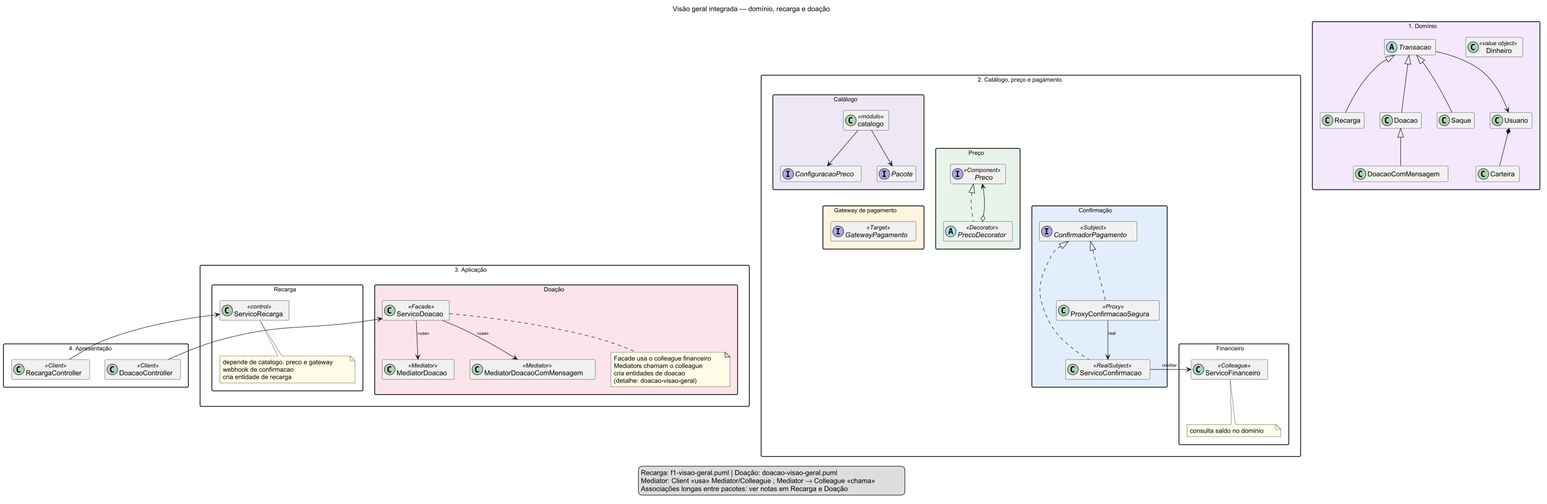
Before: docs/visao-geral-integrada.png, a diagram exported from PlantUML (UnBArqDsw2026-2-Turma01/2026.2-T01-_G6_ProjetoStreamingVideo_SubEquipe02_Codigo). Its source is kept beside it as docs/visao-geral-integrada.puml.
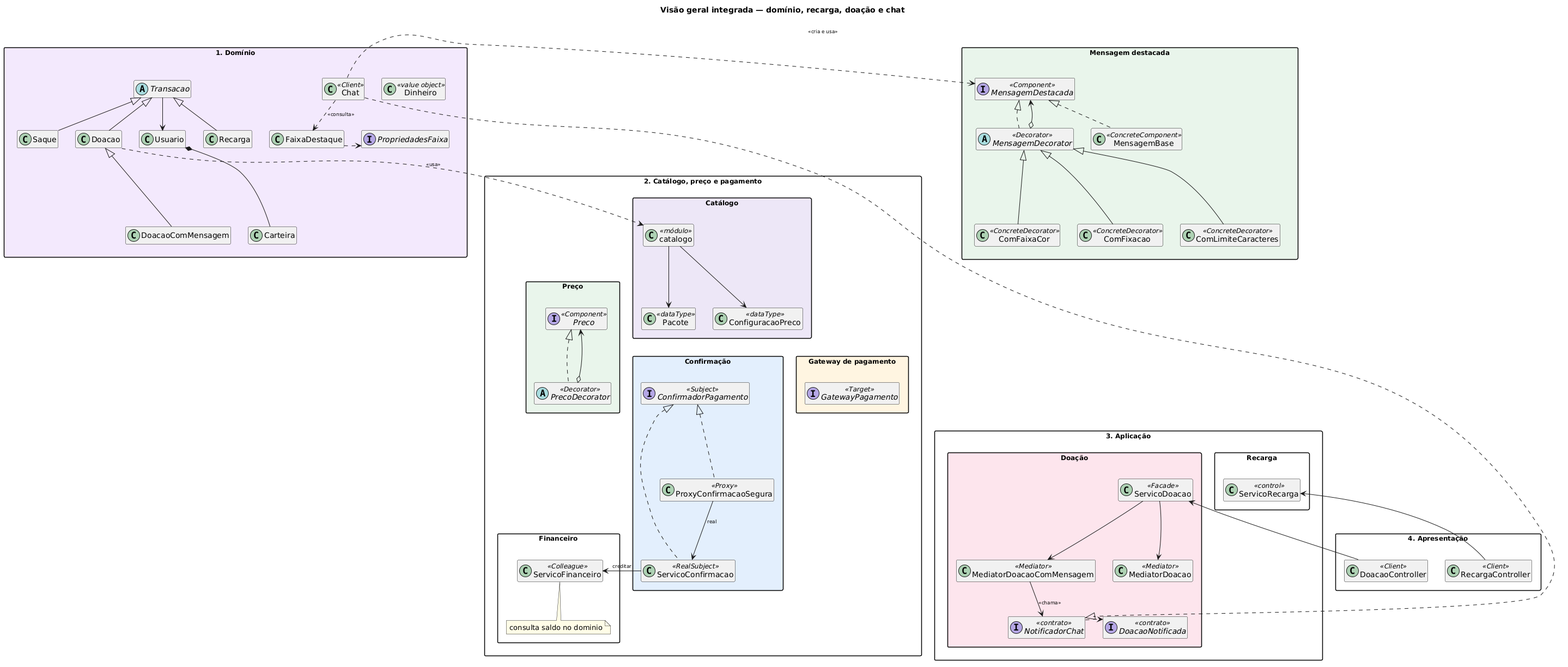
The same diagram one commit later.

Commit message:
docs(integrada): inclui Chat e Decorator na visao geral

The edit, as a diff of the source:
```diff
@@ -11,7 +11,7 @@
 top to bottom direction
 hide empty members
 
-title Visão geral integrada — domínio, recarga e doação
+title Visão geral integrada — domínio, recarga, doação e chat
 
 package "1. Domínio" as DOM #F3E8FC {
   abstract class Transacao
@@ -23,19 +23,48 @@
   class Carteira
   class Dinheiro <<value object>>
 
+  class Chat <<Client>>
+  class FaixaDestaque
+  interface PropriedadesFaixa
+
   Transacao <|-- Recarga
   Transacao <|-- Doacao
   Transacao <|-- Saque
   Doacao <|-- DoacaoComMensagem
   Transacao --> Usuario
   Usuario *-- Carteira
+
+  Transacao -[hidden]right- Chat
+  Chat ..> FaixaDestaque : <<consulta>>
+  FaixaDestaque ..> PropriedadesFaixa
+  FaixaDestaque -[hidden]right- PropriedadesFaixa
 }
+
+package "Mensagem destacada" as MSG #E8F4EA {
+  interface MensagemDestacada <<Component>>
+  class MensagemBase <<ConcreteComponent>>
+  abstract class MensagemDecorator <<Decorator>>
+  class ComFaixaCor <<ConcreteDecorator>>
+  class ComFixacao <<ConcreteDecorator>>
+  class ComLimiteCaracteres <<ConcreteDecorator>>
+
+  MensagemDestacada <|.. MensagemBase
+  MensagemDestacada <|.. MensagemDecorator
+  MensagemDecorator o--> MensagemDestacada
+  MensagemDecorator <|-- ComFaixaCor
+  MensagemDecorator <|-- ComFixacao
+  MensagemDecorator <|-- ComLimiteCaracteres
+}
+
+Chat ..> MensagemDestacada : <<cria e usa>>
+DOM -[hidden]right- MSG
+Chat -[hidden]right- MensagemDestacada
 
 package "2. Catálogo, preço e pagamento" as INT {
   package "Catálogo" as CAT #EDE7F6 {
     class catalogo <<módulo>>
-    interface Pacote
-    interface ConfiguracaoPreco
+    class Pacote <<dataType>>
+    class ConfiguracaoPreco <<dataType>>
     catalogo --> Pacote
     catalogo --> ConfiguracaoPreco
   }
@@ -75,30 +104,24 @@
 package "3. Aplicação" as APL {
   package "Recarga" as REC {
     class ServicoRecarga <<control>>
-    note bottom of ServicoRecarga
-      depende de catalogo, preco e gateway
-      webhook de confirmacao
-      cria entidade de recarga
-    end note
   }
   package "Doação" as DOA #FCE4EC {
     class ServicoDoacao <<Facade>>
     class MediatorDoacao <<Mediator>>
     class MediatorDoacaoComMensagem <<Mediator>>
+    interface NotificadorChat <<contrato>>
+    interface DoacaoNotificada <<contrato>>
 
     MediatorDoacao -[hidden]right- MediatorDoacaoComMensagem
     ServicoDoacao -[hidden]down- MediatorDoacao
     ServicoDoacao -[hidden]down- MediatorDoacaoComMensagem
+    MediatorDoacaoComMensagem -[hidden]down- NotificadorChat
+    NotificadorChat -[hidden]right- DoacaoNotificada
 
-    ServicoDoacao -down-> MediatorDoacao : <<usa>>
-    ServicoDoacao -down-> MediatorDoacaoComMensagem : <<usa>>
-
-    note bottom of ServicoDoacao
-      Facade usa o colleague financeiro
-      Mediators chamam o colleague
-      cria entidades de doacao
-      (detalhe: doacao-visao-geral)
-    end note
+    ServicoDoacao -down-> MediatorDoacao
+    ServicoDoacao -down-> MediatorDoacaoComMensagem
+    MediatorDoacaoComMensagem -down-> NotificadorChat : <<chama>>
+    NotificadorChat ..> DoacaoNotificada
   }
   ServicoRecarga -[hidden]right- ServicoDoacao
 }
@@ -113,6 +136,7 @@
 Doacao -[hidden]down- Preco
 Saque -[hidden]down- GatewayPagamento
 Carteira -[hidden]down- ServicoFinanceiro
+MensagemDestacada -[hidden]down- Preco
 Pacote -[hidden]down- ServicoRecarga
 GatewayPagamento -[hidden]down- ServicoDoacao
 ServicoRecarga -[hidden]down- RecargaController
@@ -121,10 +145,7 @@
 RecargaController -up-> ServicoRecarga
 DoacaoController -up-> ServicoDoacao
 
-legend bottom
-  Recarga: f1-visao-geral.puml  |  Doação: doacao-visao-geral.puml
-  Mediator: Client <<usa>> Mediator/Colleague ; Mediator → Colleague <<chama>>
-  Associações longas entre pacotes: ver notas em Recarga e Doação
-endlegend
+Chat ..|> NotificadorChat
+Doacao ..> catalogo : <<usa>>
 
 @enduml
```
